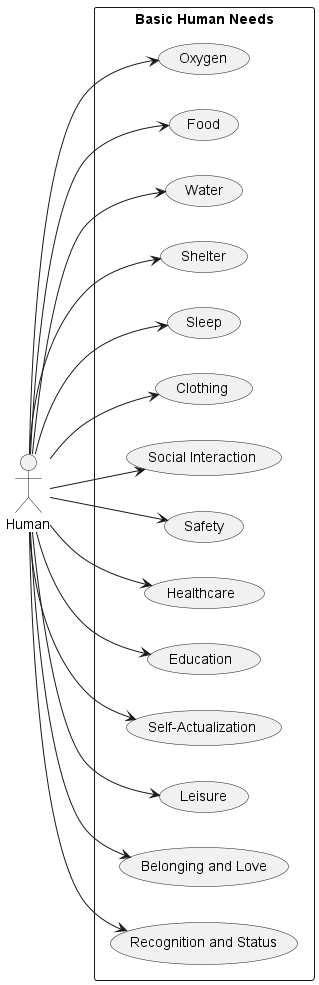
Earlier version of the PlantUML export out/docs/Human Use Cases/Human Use Cases.png (tonisun/SelflessServe.org).
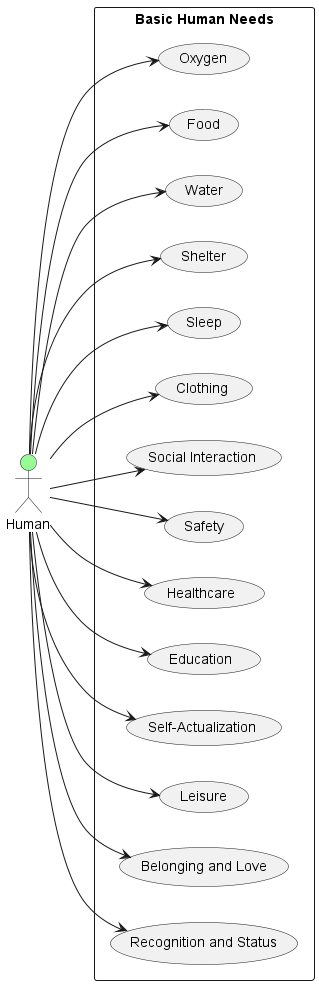
Above is the later version.

Change to the diagram source:
```diff
@@ -1,6 +1,6 @@
 @startuml "Human Use Cases"
 left to right direction
-actor Human
+actor Human #palegreen
 
 rectangle "Basic Human Needs" {
   usecase "Oxygen" as UC1
```
